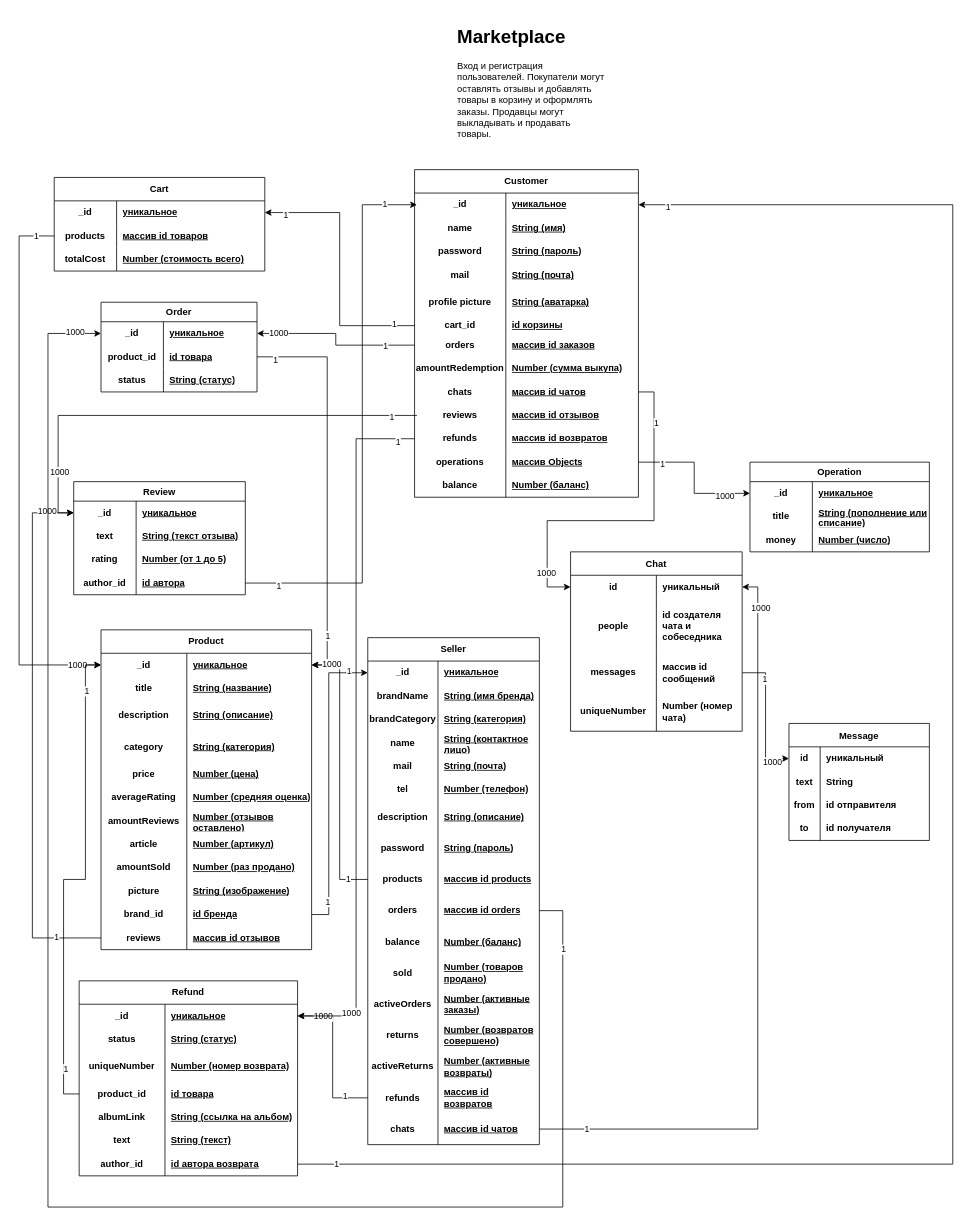
Before: app-diagram.drawio in Roman3205/marketplace, a draw.io diagram. Source tidied: cells renumbered, new cells numbered last; positions are measured from the earlier drawing's top-left corner, leaving out a move shared by most shapes. Both pictures are drawn from the tidied source at 78%, with x=0, y=0 at pixel (19, 21).
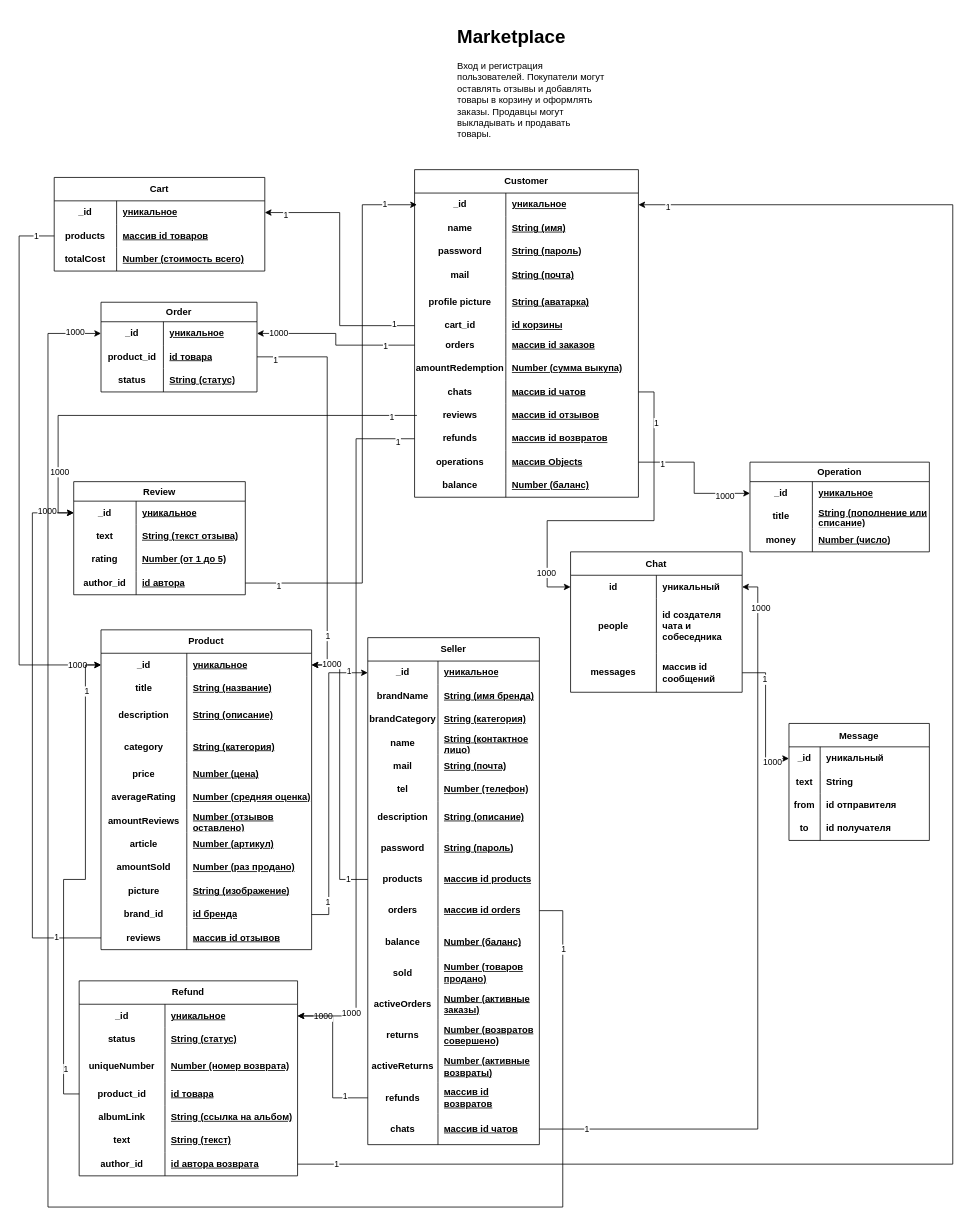
The same diagram, later.

The change refers to these unchanged cells:
```xml
<mxCell id="166" style="shape=tableRow;horizontal=0;startSize=0;swimlaneHead=0;swimlaneBody=0;top=0;left=0;bottom=0;right=0;fillColor=none;points=[[0,0.5],[1,0.5]];portConstraint=eastwest;strokeColor=inherit;fontSize=12;fontStyle=1;" parent="165" vertex="1">
  <mxGeometry y="30" width="180" height="30" as="geometry" />
</mxCell>
```

Change to the diagram source:
```diff
@@
-    <mxCell id="167" value="id" style="shape=partialRectangle;html=1;whiteSpace=wrap;fillColor=none;top=0;left=0;bottom=0;right=0;overflow=hidden;strokeColor=inherit;fontSize=12;fontStyle=1;" parent="166" vertex="1">
+    <mxCell id="167" value="_id" style="shape=partialRectangle;html=1;whiteSpace=wrap;fillColor=none;top=0;left=0;bottom=0;right=0;overflow=hidden;strokeColor=inherit;fontSize=12;fontStyle=1;" parent="166" vertex="1">
       <mxGeometry width="40" height="30" as="geometry" />
     </mxCell>
@@
     <mxCell id="178" value="Chat" style="shape=table;startSize=30;childLayout=tableLayout;rowLines=0;fontStyle=1;strokeColor=default;fontSize=12;" parent="1" vertex="1">
-      <mxGeometry x="707" y="680" width="220" height="230" as="geometry" />
+      <mxGeometry x="707" y="680" width="220" height="180" as="geometry" />
     </mxCell>
@@
-    <mxCell id="188" style="shape=tableRow;horizontal=0;startSize=0;swimlaneHead=0;swimlaneBody=0;top=0;left=0;bottom=0;right=0;fillColor=none;strokeColor=inherit;fontSize=12;fontStyle=1;" parent="178" vertex="1">
-      <mxGeometry y="180" width="220" height="50" as="geometry" />
-    </mxCell>
-    <mxCell id="189" value="uniqueNumber" style="shape=partialRectangle;html=1;whiteSpace=wrap;fillColor=none;top=0;left=0;bottom=0;right=0;overflow=hidden;strokeColor=inherit;fontSize=12;fontStyle=1;" parent="188" vertex="1">
-      <mxGeometry width="110" height="50" as="geometry" />
-    </mxCell>
-    <mxCell id="190" value="Number (номер чата)" style="shape=partialRectangle;html=1;whiteSpace=wrap;fillColor=none;top=0;left=0;bottom=0;right=0;align=left;spacingLeft=6;overflow=hidden;strokeColor=inherit;fontSize=12;fontStyle=1;" parent="188" vertex="1">
-      <mxGeometry x="110" width="110" height="50" as="geometry" />
-    </mxCell>
```
